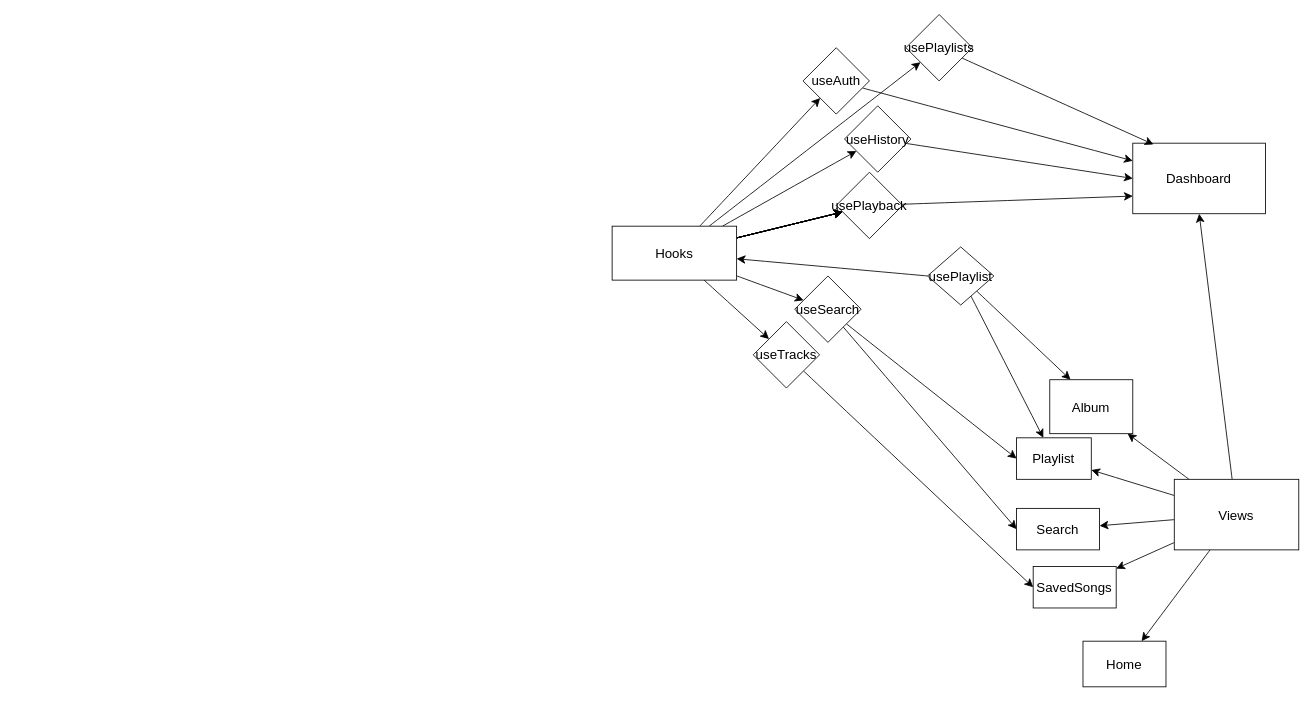
Earlier version of the draw.io diagram app_structure.drawio (shaawwn/shawnify). Source tidied: cells renumbered, new cells numbered last; positions are measured from the earlier drawing's top-left corner, leaving out a move shared by most shapes. Both pictures are drawn from the tidied source at 83%, with x=0, y=0 at pixel (612, 14).
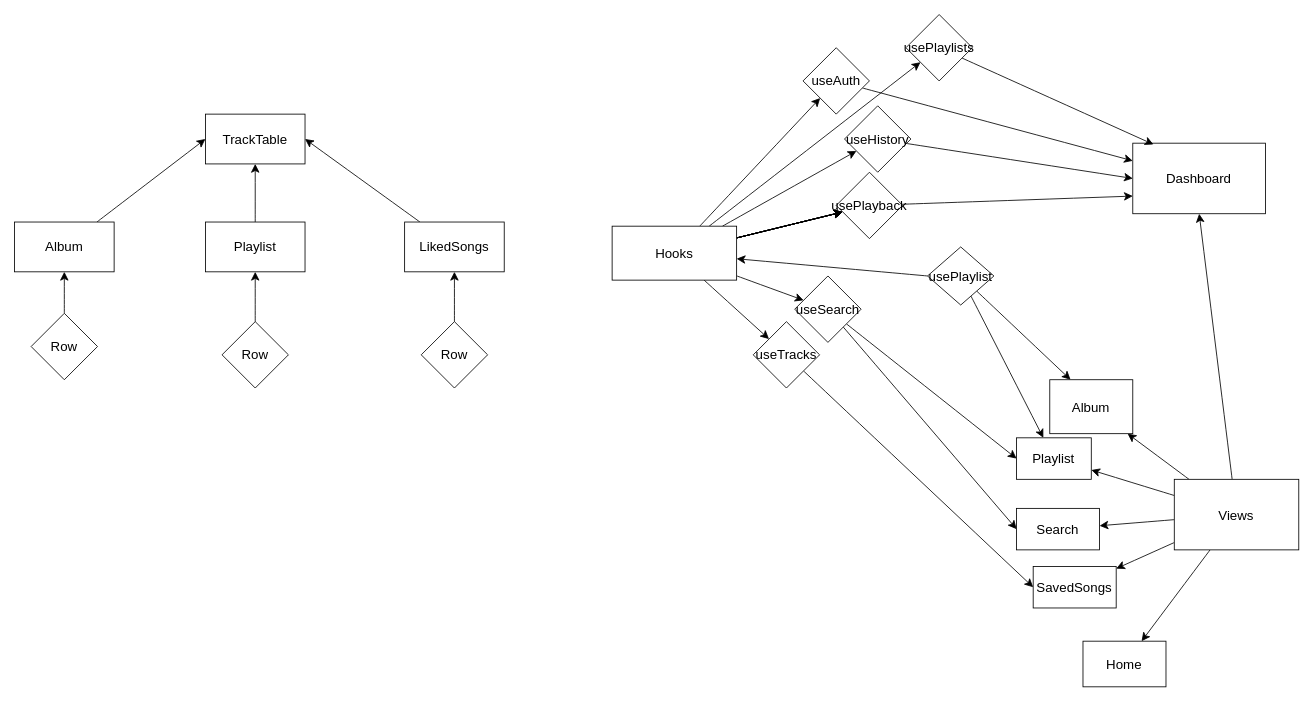
The same page after the edit.

What changed in the source:
```diff
@@
+    <mxCell id="46" value="TrackTable" style="rounded=0;whiteSpace=wrap;html=1;fontSize=16;" parent="1" vertex="1">
+      <mxGeometry x="-490" y="120" width="120" height="60" as="geometry" />
+    </mxCell>
+    <mxCell id="47" style="edgeStyle=none;curved=1;rounded=0;jettySize=auto;html=1;entryX=0;entryY=0.5;entryDx=0;entryDy=0;fontSize=12;startSize=8;endSize=8;" parent="1" edge="1" source="48" target="46">
+      <mxGeometry relative="1" as="geometry" />
+    </mxCell>
+    <mxCell id="48" value="Album" style="rounded=0;whiteSpace=wrap;html=1;fontSize=16;" parent="1" vertex="1">
+      <mxGeometry x="-720" y="250" width="120" height="60" as="geometry" />
+    </mxCell>
+    <mxCell id="49" style="edgeStyle=none;curved=1;rounded=0;jettySize=auto;html=1;entryX=0.5;entryY=1;entryDx=0;entryDy=0;fontSize=12;startSize=8;endSize=8;" parent="1" edge="1" source="50" target="46">
+      <mxGeometry relative="1" as="geometry" />
+    </mxCell>
+    <mxCell id="50" value="Playlist" style="rounded=0;whiteSpace=wrap;html=1;fontSize=16;" parent="1" vertex="1">
+      <mxGeometry x="-490" y="250" width="120" height="60" as="geometry" />
+    </mxCell>
+    <mxCell id="51" style="edgeStyle=none;curved=1;rounded=0;jettySize=auto;html=1;fontSize=12;startSize=8;endSize=8;entryX=1;entryY=0.5;entryDx=0;entryDy=0;" parent="1" edge="1" source="52" target="46">
+      <mxGeometry relative="1" as="geometry" />
+    </mxCell>
+    <mxCell id="52" value="LikedSongs" style="rounded=0;whiteSpace=wrap;html=1;fontSize=16;" parent="1" vertex="1">
+      <mxGeometry x="-250" y="250" width="120" height="60" as="geometry" />
+    </mxCell>
+    <mxCell id="53" style="edgeStyle=none;curved=1;rounded=0;jettySize=auto;html=1;entryX=0.5;entryY=1;entryDx=0;entryDy=0;fontSize=12;startSize=8;endSize=8;" parent="1" edge="1" source="54" target="48">
+      <mxGeometry relative="1" as="geometry" />
+    </mxCell>
+    <mxCell id="54" value="Row" style="rhombus;whiteSpace=wrap;html=1;fontSize=16;" parent="1" vertex="1">
+      <mxGeometry x="-700" y="360" width="80" height="80" as="geometry" />
+    </mxCell>
+    <mxCell id="55" style="edgeStyle=none;curved=1;rounded=0;jettySize=auto;html=1;entryX=0.5;entryY=1;entryDx=0;entryDy=0;fontSize=12;startSize=8;endSize=8;" parent="1" edge="1" source="56" target="50">
+      <mxGeometry relative="1" as="geometry" />
+    </mxCell>
+    <mxCell id="56" value="Row" style="rhombus;whiteSpace=wrap;html=1;fontSize=16;" parent="1" vertex="1">
+      <mxGeometry x="-470" y="370" width="80" height="80" as="geometry" />
+    </mxCell>
+    <mxCell id="57" style="edgeStyle=none;curved=1;rounded=0;jettySize=auto;html=1;entryX=0.5;entryY=1;entryDx=0;entryDy=0;fontSize=12;startSize=8;endSize=8;" parent="1" edge="1" source="58" target="52">
+      <mxGeometry relative="1" as="geometry" />
+    </mxCell>
+    <mxCell id="58" value="Row" style="rhombus;whiteSpace=wrap;html=1;fontSize=16;" parent="1" vertex="1">
+      <mxGeometry x="-230" y="370" width="80" height="80" as="geometry" />
+    </mxCell>
```
